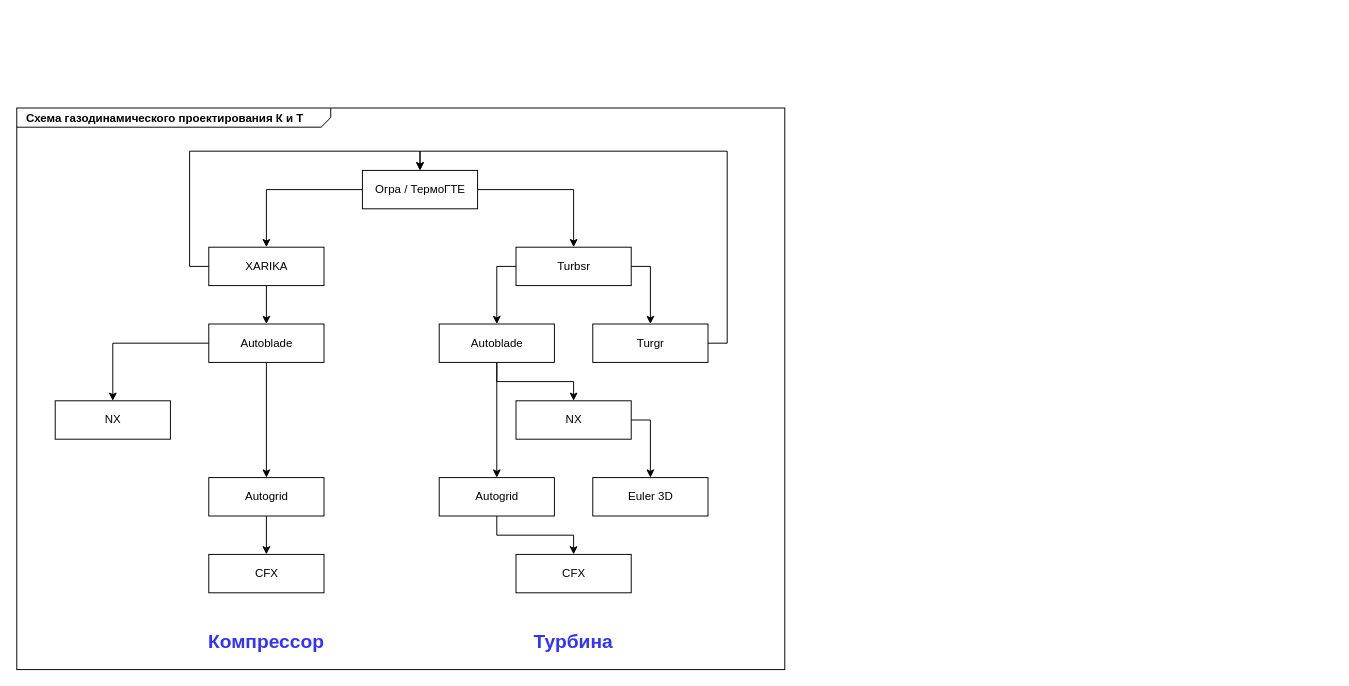
Earlier version of the draw.io diagram Gasdyn.drawio (AleksTikhonov/CML-Bench-API). Source tidied: cells renumbered, new cells numbered last; positions are measured from the earlier drawing's top-left corner, leaving out a move shared by most shapes. Both pictures are drawn from the tidied source at 96%, with x=0, y=0 at pixel (16, 108).
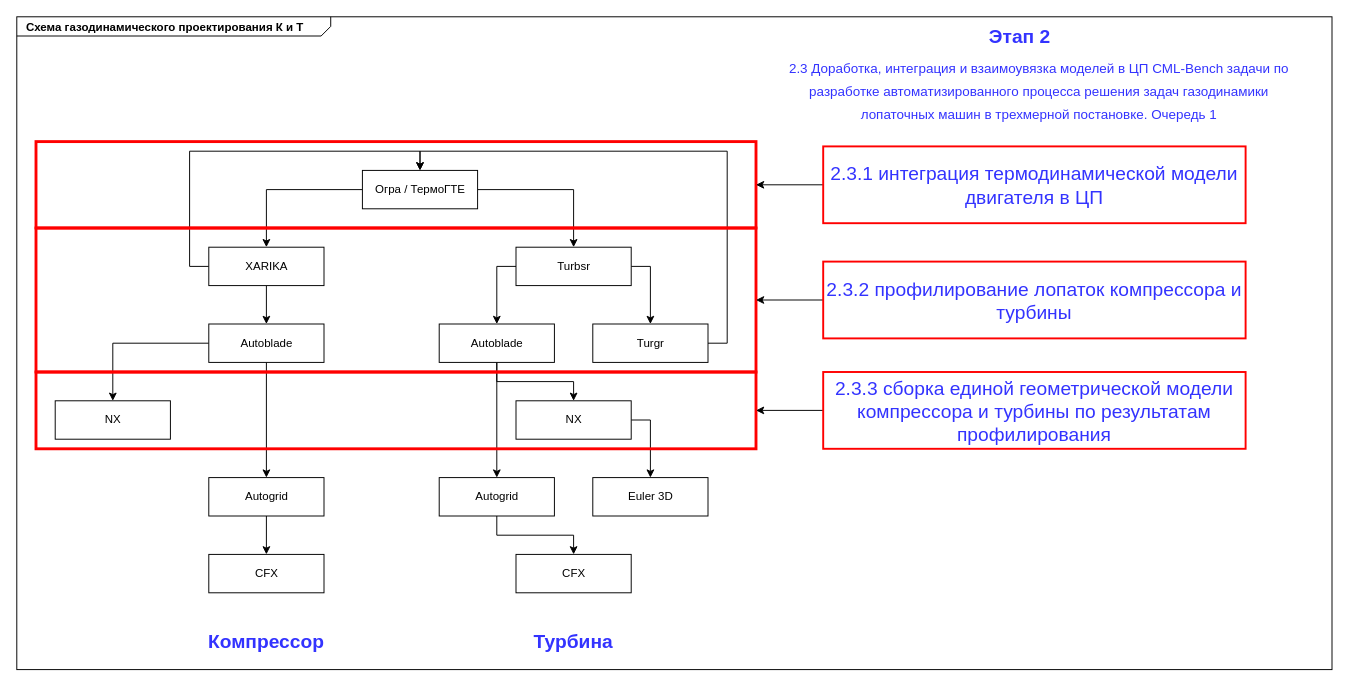
The same diagram, later.

Change to the diagram source:
```diff
@@
     <mxCell id="2" value="&lt;p style=&quot;margin: 0px ; margin-top: 4px ; margin-left: 10px ; text-align: left&quot;&gt;&lt;b&gt;Схема газодинамического проектирования К и Т&lt;/b&gt;&lt;/p&gt;" style="html=1;strokeWidth=1;shape=mxgraph.sysml.package;html=1;overflow=fill;whiteSpace=wrap;fillColor=none;gradientColor=none;fontSize=12;align=center;labelX=327.64;" parent="1" vertex="1">
-      <mxGeometry width="800" height="585" as="geometry" />
+      <mxGeometry y="-95" width="1370" height="680" as="geometry" />
     </mxCell>
@@
+    <mxCell id="32" style="rounded=0;whiteSpace=wrap;html=1;fontSize=20;fontColor=#3333FF;fillColor=none;strokeColor=#FF0000;strokeWidth=3;" parent="1" vertex="1">
+      <mxGeometry x="20" y="35" width="750" height="90" as="geometry" />
+    </mxCell>
+    <mxCell id="33" style="rounded=0;whiteSpace=wrap;html=1;fontSize=20;fontColor=#3333FF;fillColor=none;strokeColor=#FF0000;strokeWidth=3;" parent="1" vertex="1">
+      <mxGeometry x="20" y="125" width="750" height="150" as="geometry" />
+    </mxCell>
+    <mxCell id="34" style="rounded=0;whiteSpace=wrap;html=1;fontSize=20;fontColor=#3333FF;fillColor=none;strokeColor=#FF0000;strokeWidth=3;" parent="1" vertex="1">
+      <mxGeometry x="20" y="275" width="750" height="80" as="geometry" />
+    </mxCell>
+    <mxCell id="35" value="&lt;font style=&quot;font-size: 14px&quot;&gt;2.3 Доработка, интеграция и взаимоувязка моделей в ЦП CML-Bench задачи по разработке автоматизированного процесса решения задач газодинамики лопаточных машин в трехмерной постановке. Очередь 1&lt;/font&gt;" style="text;whiteSpace=wrap;html=1;fontSize=20;fontColor=#3333FF;verticalAlign=middle;align=center;" parent="1" vertex="1">
+      <mxGeometry x="790" y="-65" width="550" height="90" as="geometry" />
+    </mxCell>
+    <mxCell id="36" style="edgeStyle=orthogonalEdgeStyle;rounded=0;jettySize=auto;html=1;exitX=0;exitY=0.5;exitDx=0;exitDy=0;entryX=1;entryY=0.5;entryDx=0;entryDy=0;fontSize=20;fontColor=#3333FF;" parent="1" edge="1" source="37" target="32">
+      <mxGeometry relative="1" as="geometry" />
+    </mxCell>
+    <mxCell id="37" value="2.3.1 интеграция термодинамической модели двигателя в ЦП" style="text;whiteSpace=wrap;html=1;fontSize=20;fontColor=#3333FF;align=center;verticalAlign=middle;strokeWidth=2;strokeColor=#FF0000;" parent="1" vertex="1">
+      <mxGeometry x="840" y="40" width="440" height="80" as="geometry" />
+    </mxCell>
+    <mxCell id="38" style="edgeStyle=orthogonalEdgeStyle;rounded=0;jettySize=auto;html=1;exitX=0;exitY=0.5;exitDx=0;exitDy=0;entryX=1;entryY=0.5;entryDx=0;entryDy=0;fontSize=20;fontColor=#3333FF;" parent="1" edge="1" source="39" target="33">
+      <mxGeometry relative="1" as="geometry" />
+    </mxCell>
+    <mxCell id="39" value="2.3.2 профилирование лопаток компрессора и турбины" style="text;whiteSpace=wrap;html=1;fontSize=20;fontColor=#3333FF;align=center;verticalAlign=middle;strokeWidth=2;strokeColor=#FF0000;" parent="1" vertex="1">
+      <mxGeometry x="840" y="160" width="440" height="80" as="geometry" />
+    </mxCell>
+    <mxCell id="40" style="edgeStyle=orthogonalEdgeStyle;rounded=0;jettySize=auto;html=1;exitX=0;exitY=0.5;exitDx=0;exitDy=0;entryX=1;entryY=0.5;entryDx=0;entryDy=0;fontSize=20;fontColor=#3333FF;" parent="1" edge="1" source="41" target="34">
+      <mxGeometry relative="1" as="geometry" />
+    </mxCell>
+    <mxCell id="41" value="2.3.3 сборка единой геометрической модели компрессора и турбины по результатам профилирования" style="text;whiteSpace=wrap;html=1;fontSize=20;fontColor=#3333FF;align=center;verticalAlign=middle;strokeWidth=2;strokeColor=#FF0000;" parent="1" vertex="1">
+      <mxGeometry x="840" y="275" width="440" height="80" as="geometry" />
+    </mxCell>
+    <mxCell id="42" value="Этап 2" style="text;html=1;strokeColor=none;fillColor=none;align=center;verticalAlign=middle;whiteSpace=wrap;rounded=0;fontSize=20;fontStyle=1;fontColor=#3333FF;" parent="1" vertex="1">
+      <mxGeometry x="1010" y="-85" width="70" height="20" as="geometry" />
+    </mxCell>
```
